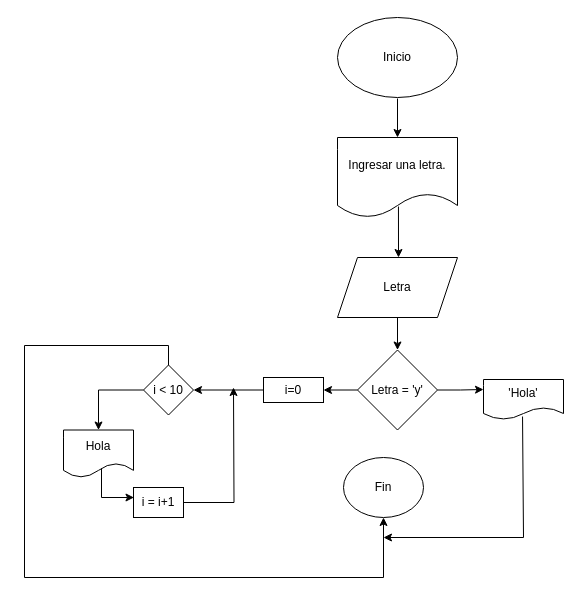
alejandrorestrepoj/DiagramaFlujo keeps this draw.io diagram as Diagrama sin título.drawio. Above is the earlier version. Source tidied: cells renumbered, new cells numbered last; positions are measured from the earlier drawing's top-left corner, leaving out a move shared by most shapes. Both pictures are drawn from the tidied source at 100%, with x=0, y=0 at pixel (24, 17).
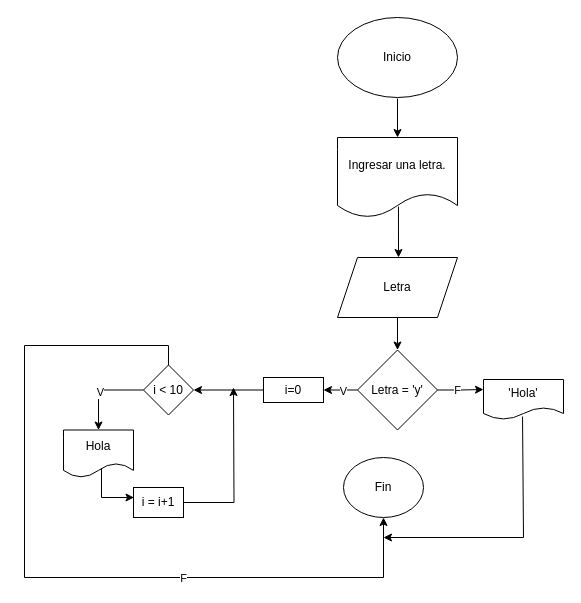
The same page after the edit.

Unchanged cells that the change refers to:
```xml
<mxCell id="8" style="edgeStyle=orthogonalEdgeStyle;rounded=0;jettySize=auto;html=1;exitX=1;exitY=0.5;exitDx=0;exitDy=0;entryX=0;entryY=0.25;entryDx=0;entryDy=0;" parent="1" edge="1" source="9" target="20">
  <mxGeometry relative="1" as="geometry" />
</mxCell>
<mxCell id="10" style="endArrow=classic;html=1;rounded=0;exitX=0;exitY=0.5;exitDx=0;exitDy=0;entryX=1;entryY=0.5;entryDx=0;entryDy=0;" parent="1" edge="1" source="9" target="11">
  <mxGeometry relative="1" as="geometry" />
</mxCell>
<mxCell id="13" style="edgeStyle=orthogonalEdgeStyle;rounded=0;jettySize=auto;html=1;entryX=0.5;entryY=0;entryDx=0;entryDy=0;" parent="1" edge="1" source="15" target="17">
  <mxGeometry relative="1" as="geometry" />
</mxCell>
<mxCell id="14" style="edgeStyle=orthogonalEdgeStyle;rounded=0;jettySize=auto;html=1;exitX=0.5;exitY=0;exitDx=0;exitDy=0;entryX=0.5;entryY=1;entryDx=0;entryDy=0;" parent="1" edge="1" source="15" target="23">
  <mxGeometry relative="1" as="geometry">
    <Array as="points">
      <mxPoint x="144" y="328" />
      <mxPoint y="328" />
      <mxPoint y="560" />
      <mxPoint x="359" y="560" />
    </Array>
  </mxGeometry>
</mxCell>
```

The edit, as a diff of the source:
```diff
@@
+    <mxCell id="24" value="F" style="edgeLabel;html=1;align=center;verticalAlign=middle;" parent="8" vertex="1">
+      <mxGeometry x="-0.18" y="1" relative="1" as="geometry">
+        <mxPoint y="1" as="offset" />
+      </mxGeometry>
+    </mxCell>
@@
+    <mxCell id="25" value="V" style="edgeLabel;html=1;align=center;verticalAlign=middle;" parent="10" vertex="1">
+      <mxGeometry x="-0.12" y="1" relative="1" as="geometry" />
+    </mxCell>
@@
+    <mxCell id="26" value="V" style="edgeLabel;html=1;align=center;verticalAlign=middle;" parent="13" vertex="1">
+      <mxGeometry x="0.09" y="1" relative="1" as="geometry">
+        <mxPoint y="1" as="offset" />
+      </mxGeometry>
+    </mxCell>
@@
+    <mxCell id="27" value="F" style="edgeLabel;html=1;align=center;verticalAlign=middle;" parent="14" vertex="1">
+      <mxGeometry x="0.36" relative="1" as="geometry" />
+    </mxCell>
```
